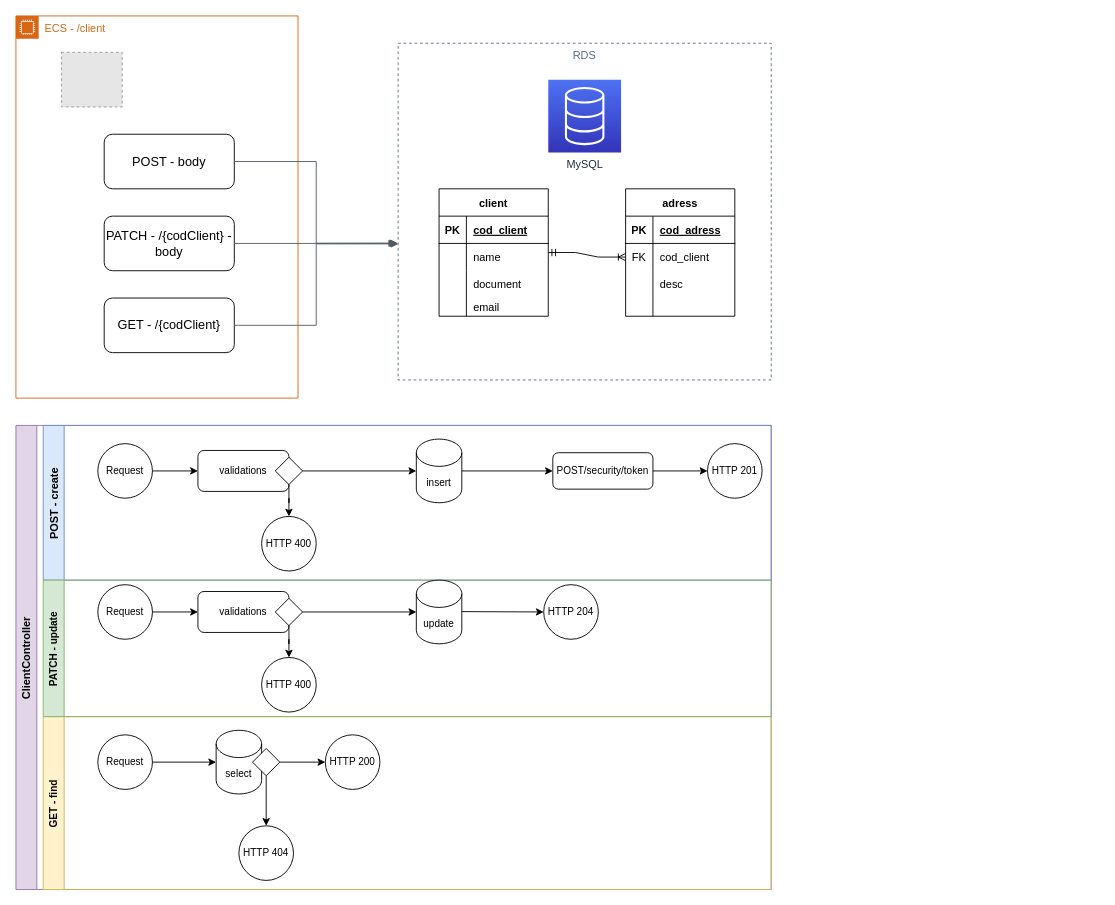
ronaldoronie-builders/drawio keeps this draw.io diagram as page "microservice - client" (3 of 6) of ecommerce/ecommerce.drawio. Above is the earlier version. Source tidied: cells renumbered, new cells numbered last; positions are measured from the earlier drawing's top-left corner, leaving out a move shared by most shapes. Both pictures are drawn from the tidied source at 91%, with x=0, y=0 at pixel (15, 15). Pictures stored in the file or linked from it are replaced by grey dashed boxes.
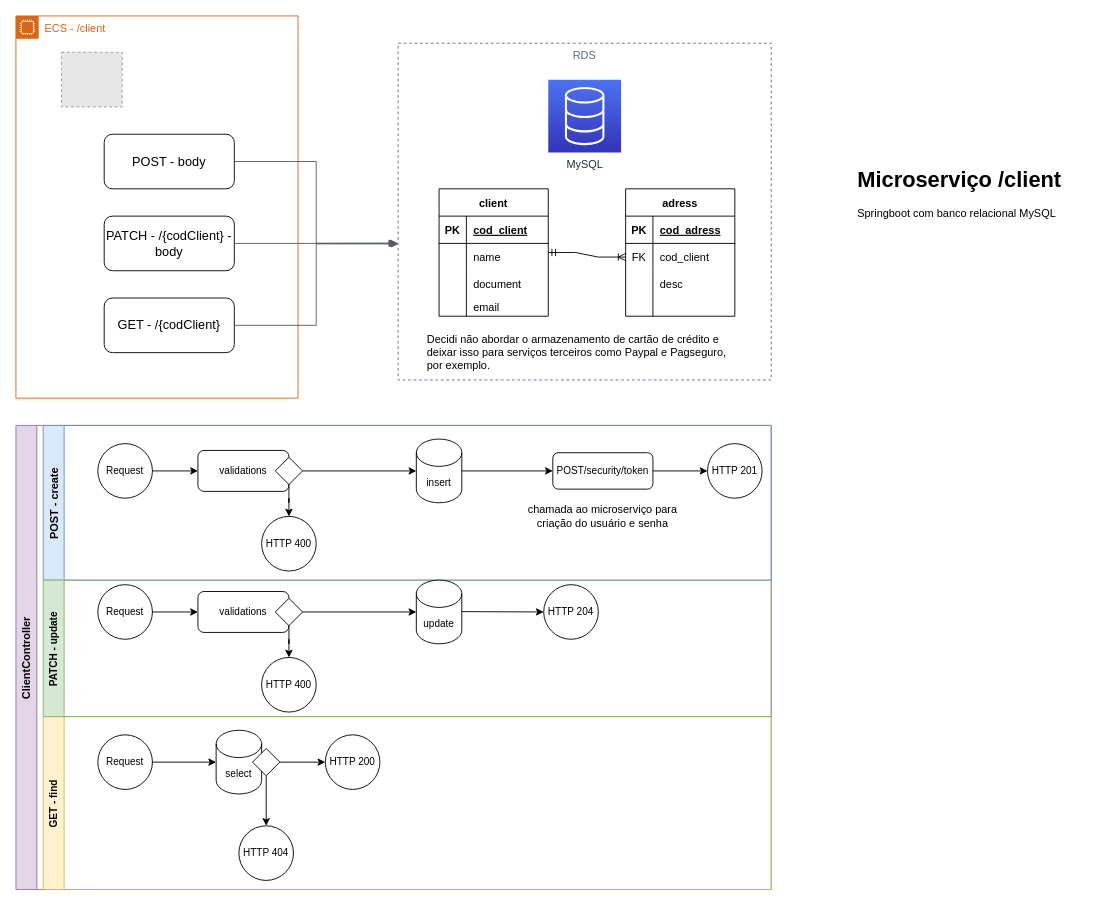
Above is the later version.

The change refers to these unchanged cells:
```xml
<mxCell id="7" style="group;" parent="1" vertex="1">
  <mxGeometry x="420" y="30" width="410" height="370" as="geometry" />
</mxCell>
<mxCell id="41" value="POST - create" style="swimlane;horizontal=0;fillColor=#dae8fc;strokeColor=#6c8ebf;" parent="40" vertex="1">
  <mxGeometry x="30" width="800" height="170" as="geometry" />
</mxCell>
```

Change to the diagram source:
```diff
@@
+    <mxCell id="74" value="Decidi não abordar o armazenamento de cartão de crédito e deixar isso para serviços terceiros como Paypal e Pagseguro, por exemplo." style="text;html=1;strokeColor=none;fillColor=none;align=left;verticalAlign=middle;whiteSpace=wrap;rounded=0;" parent="7" vertex="1">
+      <mxGeometry x="30" y="320" width="335" height="40" as="geometry" />
+    </mxCell>
@@
+    <mxCell id="75" value="chamada ao microserviço para criação do usuário e senha" style="text;html=1;strokeColor=none;fillColor=none;align=center;verticalAlign=middle;whiteSpace=wrap;rounded=0;" parent="41" vertex="1">
+      <mxGeometry x="530" y="85" width="170" height="30" as="geometry" />
+    </mxCell>
@@
+    <mxCell id="76" value="&lt;h1&gt;Microserviço /client&lt;/h1&gt;&lt;div&gt;Springboot com banco relacional MySQL&lt;/div&gt;" style="text;html=1;strokeColor=none;fillColor=none;spacing=5;spacingTop=-20;whiteSpace=wrap;overflow=hidden;rounded=0;" parent="1" vertex="1">
+      <mxGeometry x="920" y="160" width="270" height="120" as="geometry" />
+    </mxCell>
```
